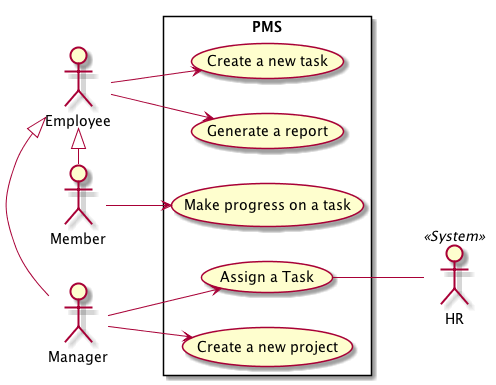
mosser/ood-dojo keeps this PlantUML diagram as figs/03_1_uc_ext.png. Above is the earlier version.
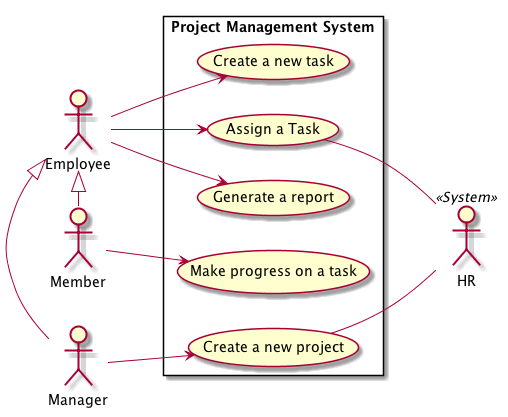
Later version of the same file.

Diff of the diagram source:
```diff
@@ -1,6 +1,5 @@
 @startuml
 left to right direction
-skinparam packageStyle rectangle
 
 actor Employee
 actor Manager
@@ -10,12 +9,13 @@
 Employee <|- Manager
 Employee <|- Member
 
-rectangle PMS {
+rectangle "Project Management System" {
   Employee --> (Generate a report)
   Employee --> (Create a new task)
-  Manager  --> (Assign a Task)
+  Employee --> (Assign a Task)
   (Assign a Task) -- HR
   Manager  --> (Create a new project)
+  (Create a new project) -- HR
   Member   --> (Make progress on a task)
 }
 
```
